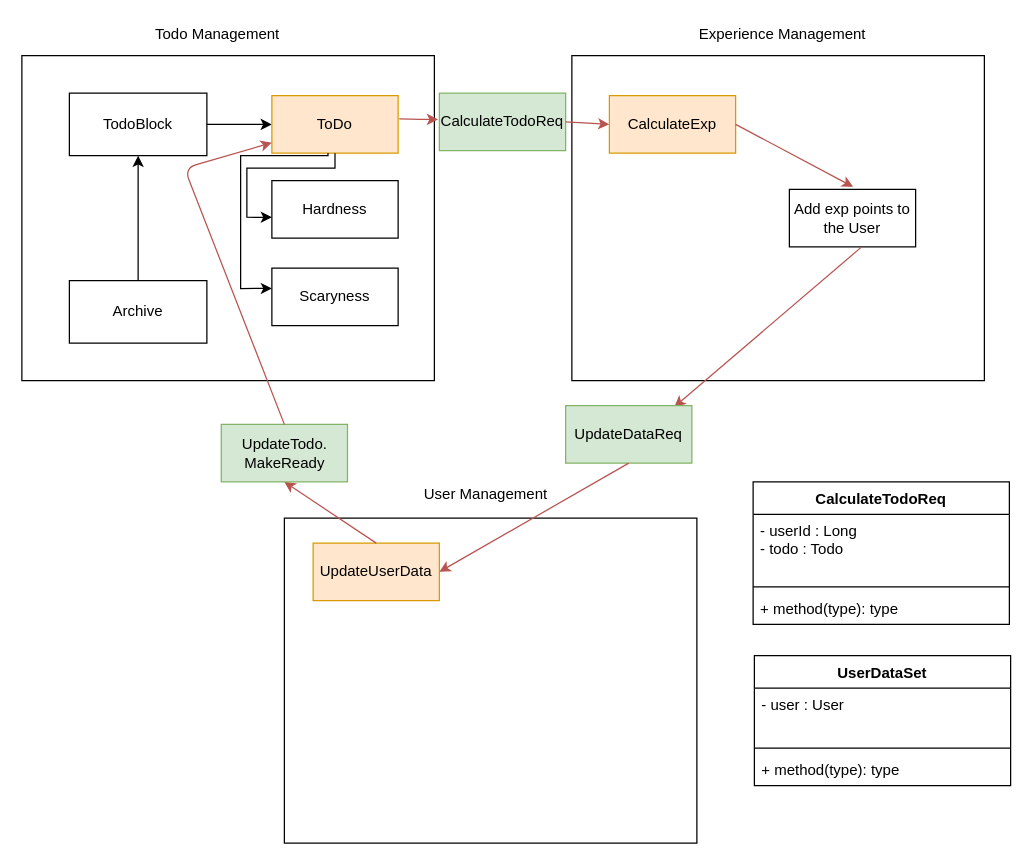
Above: 3projects.drawio in FedosovMax/knight-todo (draw.io), before the change. Source tidied: cells renumbered, new cells numbered last; positions are measured from the earlier drawing's top-left corner, leaving out a move shared by most shapes. Both pictures are drawn from the tidied source at 125%, with x=0, y=0 at pixel (21, 21).
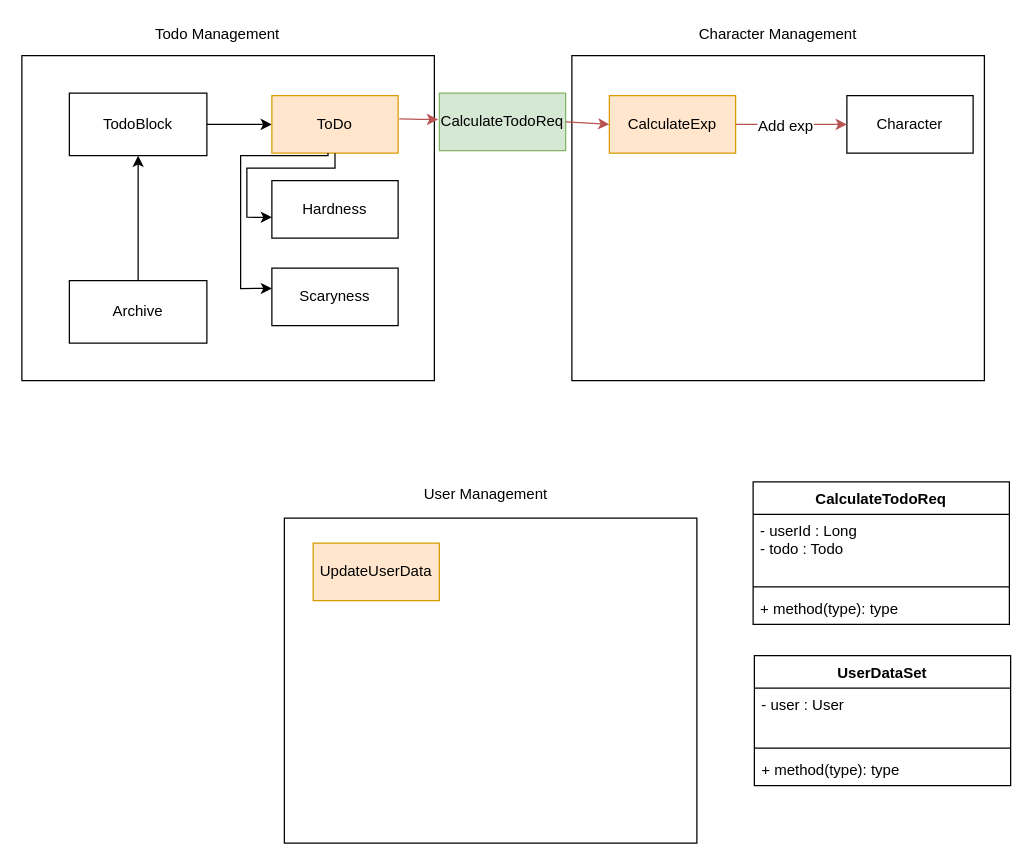
Above is the later version.

Unchanged cells that the change refers to:
```xml
<mxCell id="10" value="ToDo" style="rounded=0;whiteSpace=wrap;html=1;fillColor=#ffe6cc;strokeColor=#d79b00;" parent="1" vertex="1">
  <mxGeometry x="200" y="59" width="101" height="46" as="geometry" />
</mxCell>
<mxCell id="13" value="CalculateExp" style="rounded=0;whiteSpace=wrap;html=1;fillColor=#ffe6cc;strokeColor=#d79b00;" parent="1" vertex="1">
  <mxGeometry x="470" y="59" width="101" height="46" as="geometry" />
</mxCell>
<mxCell id="21" value="UpdateUserData" style="rounded=0;whiteSpace=wrap;html=1;fillColor=#ffe6cc;strokeColor=#d79b00;" parent="1" vertex="1">
  <mxGeometry x="233" y="417" width="101" height="46" as="geometry" />
</mxCell>
```

Change to the diagram source:
```diff
@@
-    <mxCell id="6" value="Experience Management" style="text;html=1;align=left;verticalAlign=top;spacingTop=-4;" parent="1" vertex="1">
-      <mxGeometry x="540" width="150" height="20" as="geometry" />
+    <mxCell id="6" value="Character Management" style="text;html=1;align=left;verticalAlign=top;spacingTop=-4;" parent="1" vertex="1">
+      <mxGeometry x="540" width="140" height="20" as="geometry" />
     </mxCell>
@@
-    <mxCell id="22" style="endArrow=classic;html=1;exitX=0.5;exitY=0;exitDx=0;exitDy=0;entryX=0.5;entryY=1;entryDx=0;entryDy=0;fillColor=#f8cecc;strokeColor=#b85450;" parent="1" edge="1" source="21" target="26">
-      <mxGeometry relative="1" as="geometry" />
-    </mxCell>
-    <mxCell id="23" value="Add exp points to the User" style="rounded=0;whiteSpace=wrap;html=1;fillColor=none;" parent="1" vertex="1">
-      <mxGeometry x="614" y="134" width="101" height="46" as="geometry" />
+    <mxCell id="23" value="Character" style="rounded=0;whiteSpace=wrap;html=1;fillColor=none;" parent="1" vertex="1">
+      <mxGeometry x="660" y="59" width="101" height="46" as="geometry" />
     </mxCell>
-    <mxCell id="24" style="endArrow=classic;html=1;exitX=0.568;exitY=1.009;exitDx=0;exitDy=0;exitPerimeter=0;entryX=0.861;entryY=0.022;entryDx=0;entryDy=0;entryPerimeter=0;fillColor=#f8cecc;strokeColor=#b85450;" parent="1" edge="1" source="23" target="27">
-      <mxGeometry relative="1" as="geometry" />
-    </mxCell>
-    <mxCell id="25" style="endArrow=classic;html=1;exitX=1;exitY=0.5;exitDx=0;exitDy=0;fillColor=#f8cecc;strokeColor=#b85450;" parent="1" edge="1" source="13">
-      <mxGeometry relative="1" as="geometry">
-        <mxPoint x="665" y="132" as="targetPoint" />
-      </mxGeometry>
+    <mxCell id="25" style="endArrow=classic;html=1;exitX=1;exitY=0.5;exitDx=0;exitDy=0;fillColor=#f8cecc;strokeColor=#b85450;entryX=0;entryY=0.5;entryDx=0;entryDy=0;" parent="1" edge="1" source="13" target="23">
+      <mxGeometry relative="1" as="geometry" />
     </mxCell>
-    <mxCell id="26" value="UpdateTodo. MakeReady" style="rounded=0;whiteSpace=wrap;html=1;fillColor=#d5e8d4;strokeColor=#82b366;" parent="1" vertex="1">
-      <mxGeometry x="159.5" y="322" width="101" height="46" as="geometry" />
-    </mxCell>
-    <mxCell id="27" value="UpdateDataReq" style="rounded=0;whiteSpace=wrap;html=1;fillColor=#d5e8d4;strokeColor=#82b366;" parent="1" vertex="1">
-      <mxGeometry x="435" y="307" width="101" height="46" as="geometry" />
-    </mxCell>
-    <mxCell id="28" style="endArrow=classic;html=1;exitX=0.5;exitY=0;exitDx=0;exitDy=0;fillColor=#f8cecc;strokeColor=#b85450;" parent="1" edge="1" source="26" target="10">
-      <mxGeometry relative="1" as="geometry">
-        <Array as="points">
-          <mxPoint x="130" y="117" />
-        </Array>
-      </mxGeometry>
-    </mxCell>
-    <mxCell id="29" style="endArrow=classic;html=1;exitX=0.5;exitY=1;exitDx=0;exitDy=0;entryX=1;entryY=0.5;entryDx=0;entryDy=0;fillColor=#f8cecc;strokeColor=#b85450;" parent="1" edge="1" source="27" target="21">
-      <mxGeometry relative="1" as="geometry" />
-    </mxCell>
+    <mxCell id="38" value="Add exp" style="text;html=1;align=center;verticalAlign=middle;labelBackgroundColor=#ffffff;" parent="25" vertex="1">
+      <mxGeometry x="-0.35" y="-1" relative="1" as="geometry">
+        <mxPoint x="10" as="offset" />
+      </mxGeometry>
+    </mxCell>
```
